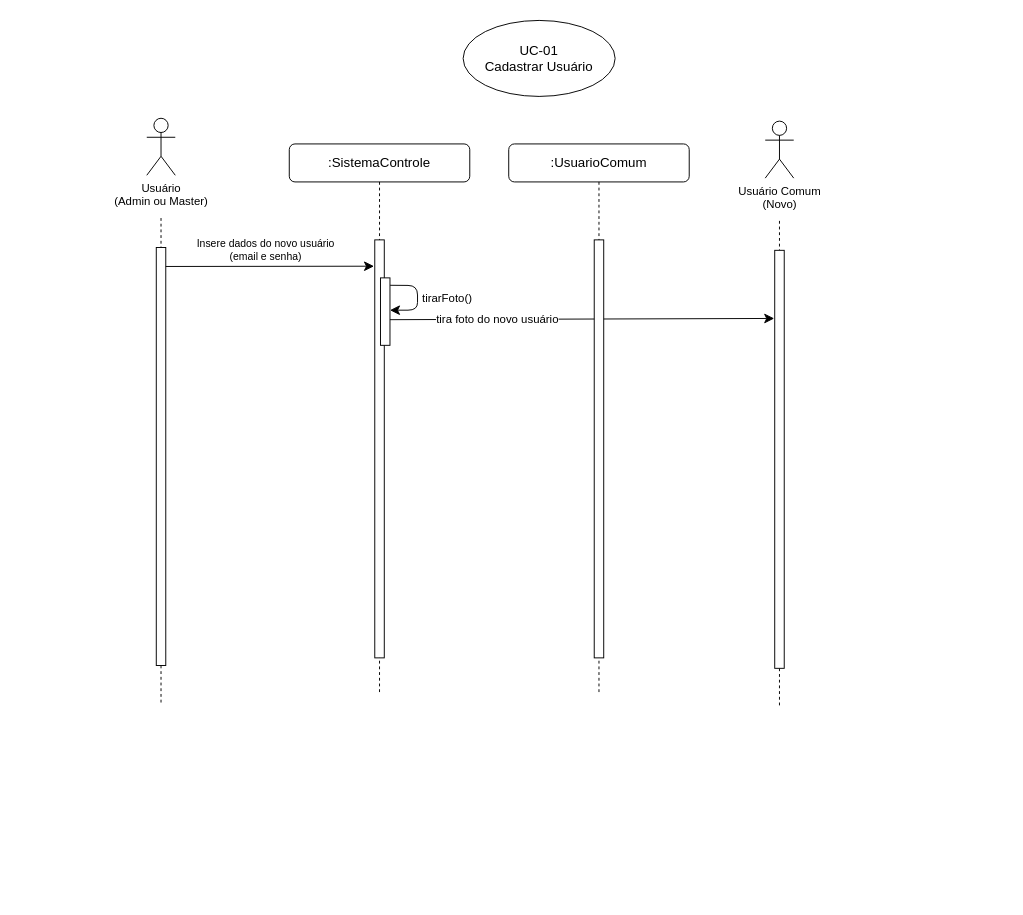
The draw.io diagram diagrama_sequencia/ds_uc01.drawio in gb-cs-rt/elevator, before the edit. Source tidied: cells renumbered, new cells numbered last; positions are measured from the earlier drawing's top-left corner, leaving out a move shared by most shapes. Both pictures are drawn from the tidied source at 95%, with x=0, y=0 at pixel (146, 20).
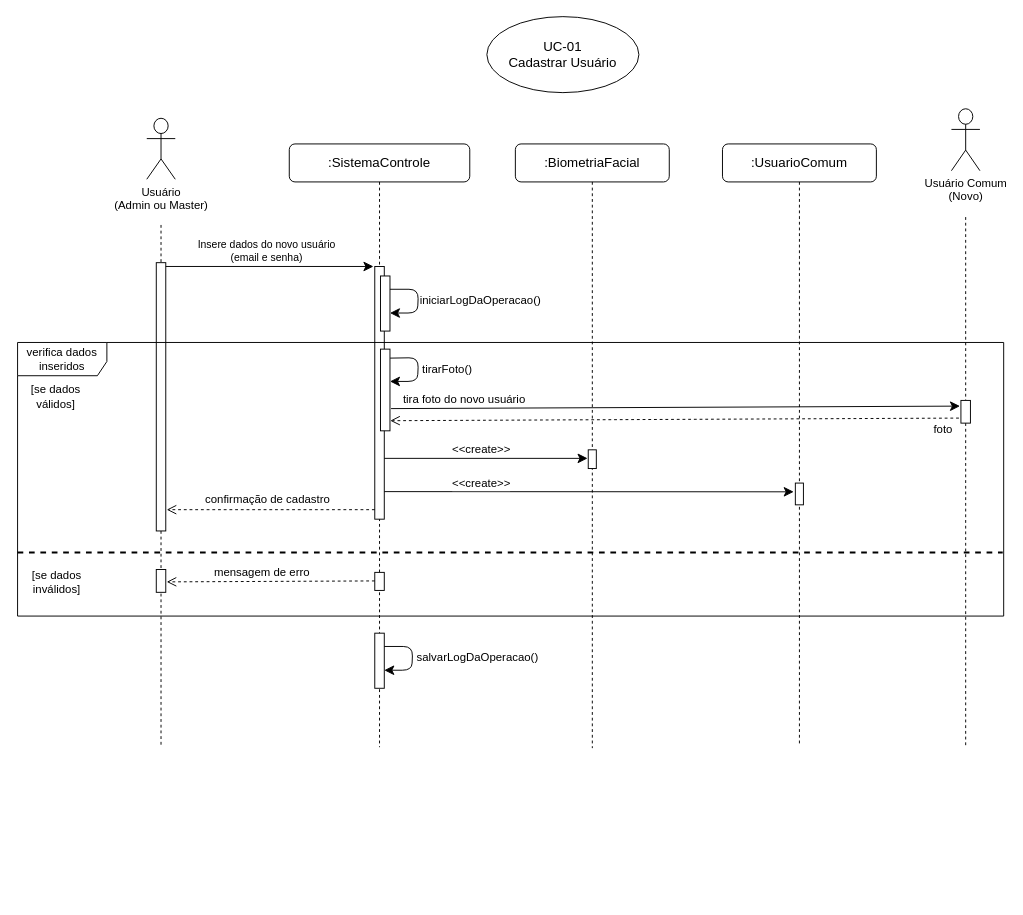
After the change.

What changed in the source:
```diff
@@
     <mxCell id="2" value="&lt;font style=&quot;font-size: 14px;&quot;&gt;UC-01&lt;/font&gt;&lt;div style=&quot;font-size: 14px;&quot;&gt;&lt;font style=&quot;font-size: 14px;&quot;&gt;Cadastrar Usuário&lt;/font&gt;&lt;/div&gt;" style="ellipse;whiteSpace=wrap;html=1;" parent="1" vertex="1">
-      <mxGeometry x="333" width="160" height="80" as="geometry" />
+      <mxGeometry x="358" y="-4" width="160" height="80" as="geometry" />
     </mxCell>
     <mxCell id="3" style="group;" parent="1" vertex="1">
-      <mxGeometry y="103" width="30" height="617" as="geometry" />
+      <mxGeometry y="103" width="30" height="660" as="geometry" />
     </mxCell>
     <mxCell id="4" style="edgeStyle=none;curved=0;rounded=1;jettySize=auto;html=1;fontSize=12;startSize=8;endSize=8;dashed=1;endArrow=none;endFill=0;" parent="3" edge="1" source="7">
       <mxGeometry relative="1" as="geometry">
-        <mxPoint x="15" y="617" as="targetPoint" />
+        <mxPoint x="15" y="660" as="targetPoint" />
       </mxGeometry>
     </mxCell>
     <mxCell id="5" value="Usuário&lt;br&gt;(Admin ou Master)" style="shape=umlActor;verticalLabelPosition=bottom;verticalAlign=top;html=1;" parent="3" vertex="1">
-      <mxGeometry width="30" height="60" as="geometry" />
+      <mxGeometry width="30" height="64.2" as="geometry" />
     </mxCell>
     <mxCell id="6" style="edgeStyle=none;curved=0;rounded=1;jettySize=auto;html=1;fontSize=12;startSize=8;endSize=8;dashed=1;endArrow=none;endFill=0;" parent="3" edge="1" target="7">
       <mxGeometry relative="1" as="geometry">
-        <mxPoint x="15" y="105" as="sourcePoint" />
+        <mxPoint x="15" y="112.3" as="sourcePoint" />
       </mxGeometry>
     </mxCell>
     <mxCell id="7" style="html=1;points=[];perimeter=orthogonalPerimeter;rounded=0;shadow=0;comic=0;labelBackgroundColor=none;strokeWidth=1;fontFamily=Verdana;fontSize=12;align=center;" parent="3" vertex="1">
-      <mxGeometry x="10" y="136" width="10" height="440" as="geometry" />
+      <mxGeometry x="10" y="152" width="10" height="282.4" as="geometry" />
     </mxCell>
     <mxCell id="8" style="group;" parent="1" vertex="1">
-      <mxGeometry x="150" y="130" width="190" height="580" as="geometry" />
+      <mxGeometry x="150" y="130" width="752" height="794" as="geometry" />
     </mxCell>
     <mxCell id="9" value=":SistemaControle" style="shape=umlLifeline;perimeter=lifelinePerimeter;whiteSpace=wrap;html=1;rounded=1;shadow=0;comic=0;labelBackgroundColor=none;strokeWidth=1;fontFamily=Helvetica;fontSize=14;align=center;" parent="8" vertex="1">
-      <mxGeometry width="190" height="580" as="geometry" />
+      <mxGeometry width="190" height="635" as="geometry" />
     </mxCell>
     <mxCell id="10" style="html=1;points=[];perimeter=orthogonalPerimeter;rounded=0;shadow=0;comic=0;labelBackgroundColor=none;strokeWidth=1;fontFamily=Verdana;fontSize=12;align=center;" parent="8" vertex="1">
-      <mxGeometry x="90" y="101" width="10" height="440" as="geometry" />
+      <mxGeometry x="90" y="129" width="10" height="266" as="geometry" />
     </mxCell>
     <mxCell id="11" style="html=1;points=[];perimeter=orthogonalPerimeter;rounded=0;shadow=0;comic=0;labelBackgroundColor=none;strokeWidth=1;fontFamily=Verdana;fontSize=12;align=center;" parent="8" vertex="1">
-      <mxGeometry x="96" y="141" width="10" height="71" as="geometry" />
+      <mxGeometry x="96" y="216" width="10" height="86" as="geometry" />
     </mxCell>
     <mxCell id="12" style="endArrow=classic;html=1;rounded=1;strokeColor=default;align=center;verticalAlign=middle;fontFamily=Helvetica;fontSize=12;fontColor=default;labelBackgroundColor=default;edgeStyle=none;startSize=8;endSize=8;curved=0;exitX=1.011;exitY=0.11;exitDx=0;exitDy=0;exitPerimeter=0;" parent="8" edge="1" source="11">
       <mxGeometry relative="1" as="geometry">
-        <mxPoint x="106" y="175" as="targetPoint" />
+        <mxPoint x="106" y="250" as="targetPoint" />
         <Array as="points">
-          <mxPoint x="135" y="149" />
-          <mxPoint x="135" y="175" />
+          <mxPoint x="136" y="225" />
+          <mxPoint x="135" y="250" />
         </Array>
       </mxGeometry>
     </mxCell>
@@
-    <mxCell id="14" style="endArrow=classic;html=1;rounded=1;strokeColor=default;align=center;verticalAlign=middle;fontFamily=Helvetica;fontSize=12;fontColor=default;labelBackgroundColor=default;edgeStyle=none;startSize=8;endSize=8;curved=0;entryX=-0.05;entryY=0.163;entryDx=0;entryDy=0;entryPerimeter=0;" parent="8" edge="1" target="22">
-      <mxGeometry relative="1" as="geometry">
-        <mxPoint x="106" y="185" as="sourcePoint" />
-      </mxGeometry>
-    </mxCell>
-    <mxCell id="15" value="tira foto do novo usuário" style="edgeLabel;html=1;align=center;verticalAlign=middle;fontSize=12;fontFamily=Helvetica;fontColor=default;labelBackgroundColor=default;" parent="14" vertex="1">
-      <mxGeometry x="-0.44" relative="1" as="geometry" />
-    </mxCell>
+    <mxCell id="26" style="endArrow=classic;html=1;rounded=1;strokeColor=default;align=center;verticalAlign=middle;fontFamily=Helvetica;fontSize=12;fontColor=default;labelBackgroundColor=default;edgeStyle=none;startSize=8;endSize=8;curved=0;" parent="8" edge="1">
+      <mxGeometry relative="1" as="geometry">
+        <mxPoint x="100" y="331" as="sourcePoint" />
+        <mxPoint x="314" y="331" as="targetPoint" />
+      </mxGeometry>
+    </mxCell>
+    <mxCell id="27" style="html=1;perimeter=orthogonalPerimeter;rounded=0;shadow=0;comic=0;labelBackgroundColor=none;strokeWidth=1;fontFamily=Verdana;fontSize=12;align=center;" parent="8" vertex="1">
+      <mxGeometry x="96" y="139" width="10" height="58" as="geometry" />
+    </mxCell>
+    <mxCell id="28" style="endArrow=classic;html=1;rounded=1;strokeColor=default;align=center;verticalAlign=middle;fontFamily=Helvetica;fontSize=12;fontColor=default;labelBackgroundColor=default;edgeStyle=none;startSize=8;endSize=8;curved=0;exitX=1.011;exitY=0.11;exitDx=0;exitDy=0;exitPerimeter=0;" parent="8" edge="1">
+      <mxGeometry relative="1" as="geometry">
+        <mxPoint x="106" y="153" as="sourcePoint" />
+        <mxPoint x="106" y="178" as="targetPoint" />
+        <Array as="points">
+          <mxPoint x="136" y="153" />
+          <mxPoint x="135" y="178" />
+        </Array>
+      </mxGeometry>
+    </mxCell>
+    <mxCell id="29" value="iniciarLogDaOperacao()" style="edgeLabel;html=1;align=center;verticalAlign=middle;fontSize=12;fontFamily=Helvetica;fontColor=default;labelBackgroundColor=default;" parent="28" vertex="1">
+      <mxGeometry x="-0.03" relative="1" as="geometry">
+        <mxPoint x="65" y="1" as="offset" />
+      </mxGeometry>
+    </mxCell>
+    <mxCell id="30" style="endArrow=open;html=1;rounded=1;strokeColor=default;align=center;verticalAlign=middle;fontFamily=Helvetica;fontSize=12;fontColor=default;labelBackgroundColor=default;edgeStyle=none;startSize=8;endSize=8;curved=0;dashed=1;endFill=0;" parent="8" edge="1">
+      <mxGeometry relative="1" as="geometry">
+        <mxPoint x="90" y="385" as="sourcePoint" />
+        <mxPoint x="-129" y="385" as="targetPoint" />
+      </mxGeometry>
+    </mxCell>
+    <mxCell id="31" value="verifica dados&lt;div&gt;inseridos&lt;/div&gt;" style="shape=umlFrame;whiteSpace=wrap;html=1;fontFamily=Helvetica;fontSize=12;fontColor=default;labelBackgroundColor=default;width=94;height=35;" parent="8" vertex="1">
+      <mxGeometry x="-286" y="209" width="1038" height="288" as="geometry" />
+    </mxCell>
+    <mxCell id="32" value="confirmação de cadastro" style="text;html=1;align=center;verticalAlign=middle;strokeColor=none;fillColor=none;fontSize=12;fontFamily=Helvetica;fontColor=default;labelBackgroundColor=default;" parent="8" vertex="1">
+      <mxGeometry x="-98" y="362" width="149" height="26" as="geometry" />
+    </mxCell>
+    <mxCell id="33" style="html=1;perimeter=orthogonalPerimeter;rounded=0;shadow=0;comic=0;labelBackgroundColor=none;strokeWidth=1;fontFamily=Verdana;fontSize=12;align=center;" parent="8" vertex="1">
+      <mxGeometry x="90" y="451" width="10" height="19" as="geometry" />
+    </mxCell>
+    <mxCell id="34" style="endArrow=open;html=1;rounded=1;strokeColor=default;align=center;verticalAlign=middle;fontFamily=Helvetica;fontSize=12;fontColor=default;labelBackgroundColor=default;edgeStyle=none;startSize=8;endSize=8;curved=0;dashed=1;endFill=0;entryX=1.06;entryY=0.985;entryDx=0;entryDy=0;entryPerimeter=0;" parent="8" edge="1">
+      <mxGeometry relative="1" as="geometry">
+        <mxPoint x="90" y="460" as="sourcePoint" />
+        <mxPoint x="-129" y="461" as="targetPoint" />
+      </mxGeometry>
+    </mxCell>
+    <mxCell id="35" value="mensagem de erro" style="edgeLabel;html=1;align=center;verticalAlign=middle;fontSize=12;fontFamily=Helvetica;fontColor=default;labelBackgroundColor=default;" parent="34" vertex="1">
+      <mxGeometry x="0.14" y="-2" relative="1" as="geometry">
+        <mxPoint x="6" y="-8" as="offset" />
+      </mxGeometry>
+    </mxCell>
+    <mxCell id="36" style="endArrow=none;dashed=1;html=1;rounded=1;strokeColor=default;align=center;verticalAlign=middle;fontFamily=Helvetica;fontSize=12;fontColor=default;labelBackgroundColor=default;edgeStyle=none;startSize=8;endSize=8;curved=0;strokeWidth=2;" parent="8" edge="1">
+      <mxGeometry relative="1" as="geometry">
+        <mxPoint x="-286" y="430" as="sourcePoint" />
+        <mxPoint x="751" y="430" as="targetPoint" />
+      </mxGeometry>
+    </mxCell>
+    <mxCell id="37" value="[se dados&lt;div&gt;inválidos]&lt;/div&gt;" style="text;html=1;align=center;verticalAlign=middle;strokeColor=none;fillColor=none;fontSize=12;fontFamily=Helvetica;fontColor=default;labelBackgroundColor=default;" parent="8" vertex="1">
+      <mxGeometry x="-280.5" y="440" width="70" height="41" as="geometry" />
+    </mxCell>
+    <mxCell id="38" style="html=1;perimeter=orthogonalPerimeter;rounded=0;shadow=0;comic=0;labelBackgroundColor=none;strokeWidth=1;fontFamily=Verdana;fontSize=12;align=center;" parent="8" vertex="1">
+      <mxGeometry x="90" y="515" width="10" height="58" as="geometry" />
+    </mxCell>
+    <mxCell id="39" style="endArrow=classic;html=1;rounded=1;strokeColor=default;align=center;verticalAlign=middle;fontFamily=Helvetica;fontSize=12;fontColor=default;labelBackgroundColor=default;edgeStyle=none;startSize=8;endSize=8;curved=0;exitX=1.011;exitY=0.11;exitDx=0;exitDy=0;exitPerimeter=0;" parent="8" edge="1">
+      <mxGeometry relative="1" as="geometry">
+        <mxPoint x="100" y="529" as="sourcePoint" />
+        <mxPoint x="100" y="554" as="targetPoint" />
+        <Array as="points">
+          <mxPoint x="130" y="529" />
+          <mxPoint x="129" y="554" />
+        </Array>
+      </mxGeometry>
+    </mxCell>
+    <mxCell id="40" value="salvarLogDaOperacao()" style="edgeLabel;html=1;align=center;verticalAlign=middle;fontSize=12;fontFamily=Helvetica;fontColor=default;labelBackgroundColor=default;" parent="39" vertex="1">
+      <mxGeometry x="-0.03" relative="1" as="geometry">
+        <mxPoint x="68" y="1" as="offset" />
+      </mxGeometry>
+    </mxCell>
-    <mxCell id="16" style="endArrow=classic;html=1;rounded=1;strokeColor=default;align=center;verticalAlign=middle;fontFamily=Helvetica;fontSize=12;fontColor=default;labelBackgroundColor=default;edgeStyle=none;startSize=8;endSize=8;curved=0;entryX=-0.079;entryY=0.063;entryDx=0;entryDy=0;entryPerimeter=0;" parent="1" edge="1" target="10">
+    <mxCell id="16" style="endArrow=classic;html=1;rounded=1;strokeColor=default;align=center;verticalAlign=middle;fontFamily=Helvetica;fontSize=12;fontColor=default;labelBackgroundColor=default;edgeStyle=none;startSize=8;endSize=8;curved=0;entryX=-0.14;entryY=0;entryDx=0;entryDy=0;entryPerimeter=0;" parent="1" edge="1" target="10">
       <mxGeometry relative="1" as="geometry">
         <mxPoint x="20" y="259" as="sourcePoint" />
       </mxGeometry>
     </mxCell>
@@
     <mxCell id="18" style="group;" parent="1" vertex="1">
-      <mxGeometry x="651" y="106" width="30" height="617" as="geometry" />
+      <mxGeometry x="847" y="93" width="30" height="670" as="geometry" />
     </mxCell>
     <mxCell id="19" style="edgeStyle=none;curved=0;rounded=1;jettySize=auto;html=1;fontSize=12;startSize=8;endSize=8;dashed=1;endArrow=none;endFill=0;" parent="18" edge="1" source="22">
       <mxGeometry relative="1" as="geometry">
-        <mxPoint x="15" y="617" as="targetPoint" />
+        <mxPoint x="15" y="670" as="targetPoint" />
       </mxGeometry>
     </mxCell>
     <mxCell id="20" value="Usuário Comum&lt;div&gt;(Novo)&lt;/div&gt;" style="shape=umlActor;verticalLabelPosition=bottom;verticalAlign=top;html=1;" parent="18" vertex="1">
-      <mxGeometry width="30" height="60" as="geometry" />
+      <mxGeometry width="30" height="65.2" as="geometry" />
     </mxCell>
     <mxCell id="21" style="edgeStyle=none;curved=0;rounded=1;jettySize=auto;html=1;fontSize=12;startSize=8;endSize=8;dashed=1;endArrow=none;endFill=0;" parent="18" edge="1" target="22">
       <mxGeometry relative="1" as="geometry">
-        <mxPoint x="15" y="105" as="sourcePoint" />
+        <mxPoint x="15" y="114" as="sourcePoint" />
       </mxGeometry>
     </mxCell>
     <mxCell id="22" style="html=1;points=[];perimeter=orthogonalPerimeter;rounded=0;shadow=0;comic=0;labelBackgroundColor=none;strokeWidth=1;fontFamily=Verdana;fontSize=12;align=center;" parent="18" vertex="1">
-      <mxGeometry x="10" y="136" width="10" height="440" as="geometry" />
+      <mxGeometry x="10" y="307" width="10" height="23.9" as="geometry" />
     </mxCell>
     <mxCell id="23" style="group;" parent="1" vertex="1">
-      <mxGeometry x="381" y="130" width="190" height="580" as="geometry" />
+      <mxGeometry x="606" y="130" width="162" height="633" as="geometry" />
     </mxCell>
     <mxCell id="24" value=":UsuarioComum" style="shape=umlLifeline;perimeter=lifelinePerimeter;whiteSpace=wrap;html=1;rounded=1;shadow=0;comic=0;labelBackgroundColor=none;strokeWidth=1;fontFamily=Helvetica;fontSize=14;align=center;" parent="23" vertex="1">
-      <mxGeometry width="190" height="580" as="geometry" />
+      <mxGeometry width="162" height="633" as="geometry" />
     </mxCell>
     <mxCell id="25" style="html=1;perimeter=orthogonalPerimeter;rounded=0;shadow=0;comic=0;labelBackgroundColor=none;strokeWidth=1;fontFamily=Verdana;fontSize=12;align=center;" parent="23" vertex="1">
-      <mxGeometry x="90" y="101" width="10" height="440" as="geometry" />
+      <mxGeometry x="76.7" y="357" width="8.5" height="22.9" as="geometry" />
     </mxCell>
+    <mxCell id="41" style="endArrow=open;html=1;rounded=1;strokeColor=default;align=center;verticalAlign=middle;fontFamily=Helvetica;fontSize=12;fontColor=default;labelBackgroundColor=default;edgeStyle=none;startSize=8;endSize=8;curved=0;entryX=1.032;entryY=0.876;entryDx=0;entryDy=0;entryPerimeter=0;dashed=1;endFill=0;exitX=-0.214;exitY=0.231;exitDx=0;exitDy=0;exitPerimeter=0;" parent="1" edge="1" target="11">
+      <mxGeometry relative="1" as="geometry">
+        <mxPoint x="854.9" y="418.6" as="sourcePoint" />
+      </mxGeometry>
+    </mxCell>
+    <mxCell id="42" value="foto" style="edgeLabel;html=1;align=center;verticalAlign=middle;fontSize=12;fontFamily=Helvetica;fontColor=default;labelBackgroundColor=default;" parent="1" vertex="1">
+      <mxGeometry x="837" y="430" as="geometry" />
+    </mxCell>
+    <mxCell id="43" style="group;" parent="1" vertex="1">
+      <mxGeometry x="388" y="130" width="162" height="636" as="geometry" />
+    </mxCell>
+    <mxCell id="44" value=":BiometriaFacial" style="shape=umlLifeline;perimeter=lifelinePerimeter;whiteSpace=wrap;html=1;rounded=1;shadow=0;comic=0;labelBackgroundColor=none;strokeWidth=1;fontFamily=Helvetica;fontSize=14;align=center;" parent="43" vertex="1">
+      <mxGeometry width="162" height="636" as="geometry" />
+    </mxCell>
+    <mxCell id="45" style="html=1;perimeter=orthogonalPerimeter;rounded=0;shadow=0;comic=0;labelBackgroundColor=none;strokeWidth=1;fontFamily=Verdana;fontSize=12;align=center;" parent="43" vertex="1">
+      <mxGeometry x="76.7" y="322" width="8.5" height="19.7" as="geometry" />
+    </mxCell>
+    <mxCell id="46" value="&amp;lt;&amp;lt;create&amp;gt;&amp;gt;" style="edgeLabel;html=1;align=center;verticalAlign=middle;fontSize=12;fontFamily=Helvetica;fontColor=default;labelBackgroundColor=default;" parent="1" vertex="1">
+      <mxGeometry x="351" y="451" as="geometry" />
+    </mxCell>
+    <mxCell id="14" style="endArrow=classic;html=1;rounded=1;strokeColor=default;align=center;verticalAlign=middle;fontFamily=Helvetica;fontSize=12;fontColor=default;labelBackgroundColor=default;edgeStyle=none;startSize=8;endSize=8;curved=0;exitX=1.114;exitY=0.728;exitDx=0;exitDy=0;exitPerimeter=0;" parent="1" edge="1" source="11">
+      <mxGeometry relative="1" as="geometry">
+        <mxPoint x="856" y="406" as="targetPoint" />
+      </mxGeometry>
+    </mxCell>
+    <mxCell id="15" value="tira foto do novo usuário" style="edgeLabel;html=1;align=center;verticalAlign=middle;fontSize=12;fontFamily=Helvetica;fontColor=default;labelBackgroundColor=default;" parent="14" vertex="1">
+      <mxGeometry x="-0.44" relative="1" as="geometry">
+        <mxPoint x="-92" y="-9" as="offset" />
+      </mxGeometry>
+    </mxCell>
+    <mxCell id="47" style="endArrow=classic;html=1;rounded=1;strokeColor=default;align=center;verticalAlign=middle;fontFamily=Helvetica;fontSize=12;fontColor=default;labelBackgroundColor=default;edgeStyle=none;startSize=8;endSize=8;curved=0;entryX=-0.086;entryY=0.396;entryDx=0;entryDy=0;entryPerimeter=0;" parent="1" edge="1">
+      <mxGeometry relative="1" as="geometry">
+        <mxPoint x="250" y="496" as="sourcePoint" />
+        <mxPoint x="681" y="496.2" as="targetPoint" />
+      </mxGeometry>
+    </mxCell>
+    <mxCell id="48" value="&amp;lt;&amp;lt;create&amp;gt;&amp;gt;" style="edgeLabel;html=1;align=center;verticalAlign=middle;fontSize=12;fontFamily=Helvetica;fontColor=default;labelBackgroundColor=default;" parent="1" vertex="1">
+      <mxGeometry x="351" y="487" as="geometry" />
+    </mxCell>
+    <mxCell id="49" style="html=1;perimeter=orthogonalPerimeter;rounded=0;shadow=0;comic=0;labelBackgroundColor=none;strokeWidth=1;fontFamily=Verdana;fontSize=12;align=center;" parent="1" vertex="1">
+      <mxGeometry x="10" y="578" width="10" height="24" as="geometry" />
+    </mxCell>
+    <mxCell id="50" value="[se dados&lt;div&gt;válidos]&lt;/div&gt;" style="text;html=1;align=center;verticalAlign=middle;strokeColor=none;fillColor=none;fontSize=12;fontFamily=Helvetica;fontColor=default;labelBackgroundColor=default;" parent="1" vertex="1">
+      <mxGeometry x="-131.5" y="375.5" width="70" height="41" as="geometry" />
+    </mxCell>
```
